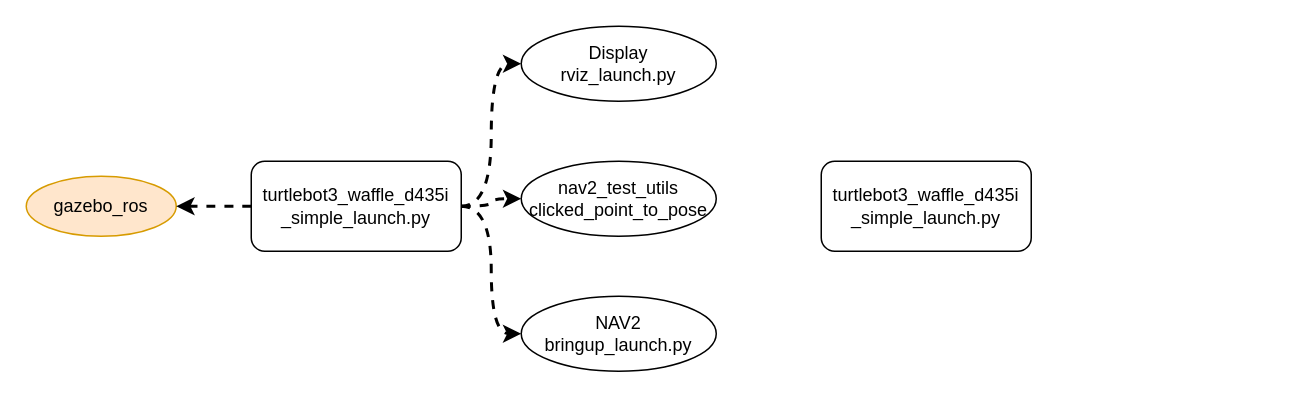
Above: LLM/Follow-NAV2.drawio in mailonghua/drawio (draw.io), before the change. Source tidied: cells renumbered, new cells numbered last; positions are measured from the earlier drawing's top-left corner, leaving out a move shared by most shapes. Both pictures are drawn from the tidied source at 150%, with x=0, y=0 at pixel (26, 26).
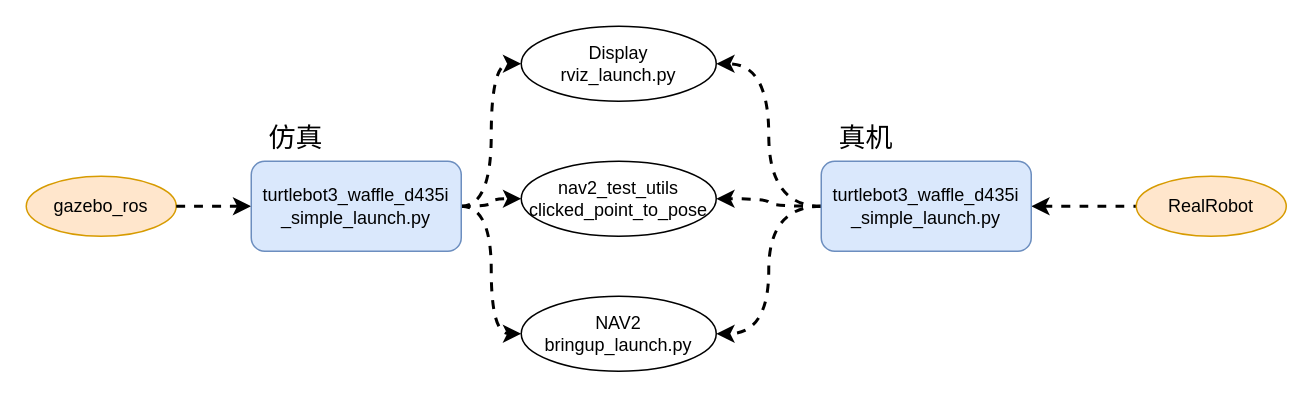
After the change.

Diff of the diagram source:
```diff
@@
 <mxGraphModel>
   <root>
     <mxCell id="0" />
     <mxCell id="1" parent="0" />
     <mxCell id="2" value="NAV2&lt;br&gt;bringup_launch.py" style="ellipse;whiteSpace=wrap;html=1;" parent="1" vertex="1">
       <mxGeometry x="330" y="180" width="130" height="50" as="geometry" />
     </mxCell>
     <mxCell id="3" value="Display&lt;br&gt;rviz_launch.py" style="ellipse;whiteSpace=wrap;html=1;" parent="1" vertex="1">
       <mxGeometry x="330" width="130" height="50" as="geometry" />
     </mxCell>
     <mxCell id="4" value="gazebo_ros" style="ellipse;whiteSpace=wrap;html=1;fillColor=#ffe6cc;strokeColor=#d79b00;" parent="1" vertex="1">
       <mxGeometry y="100" width="100" height="40" as="geometry" />
     </mxCell>
     <mxCell id="5" value="nav2_test_utils&lt;br&gt;clicked_point_to_pose" style="ellipse;whiteSpace=wrap;html=1;" parent="1" vertex="1">
       <mxGeometry x="330" y="90" width="130" height="50" as="geometry" />
     </mxCell>
-    <mxCell id="6" style="edgeStyle=orthogonalEdgeStyle;curved=1;rounded=0;jettySize=auto;html=1;exitX=0;exitY=0.5;exitDx=0;exitDy=0;entryX=1;entryY=0.5;entryDx=0;entryDy=0;strokeWidth=2;dashed=1;" parent="1" edge="1" source="10" target="4">
+    <mxCell id="6" style="edgeStyle=orthogonalEdgeStyle;curved=1;rounded=0;jettySize=auto;html=1;exitX=0;exitY=0.5;exitDx=0;exitDy=0;entryX=1;entryY=0.5;entryDx=0;entryDy=0;strokeWidth=2;dashed=1;endArrow=none;endFill=0;startArrow=classic;startFill=1;" parent="1" edge="1" source="10" target="4">
       <mxGeometry relative="1" as="geometry" />
     </mxCell>
     <mxCell id="7" style="edgeStyle=orthogonalEdgeStyle;curved=1;rounded=0;jettySize=auto;html=1;exitX=1;exitY=0.5;exitDx=0;exitDy=0;entryX=0;entryY=0.5;entryDx=0;entryDy=0;strokeWidth=2;dashed=1;" parent="1" edge="1" source="10" target="3">
       <mxGeometry relative="1" as="geometry" />
     </mxCell>
     <mxCell id="8" style="edgeStyle=orthogonalEdgeStyle;curved=1;rounded=0;jettySize=auto;html=1;exitX=1;exitY=0.5;exitDx=0;exitDy=0;entryX=0;entryY=0.5;entryDx=0;entryDy=0;strokeWidth=2;dashed=1;" parent="1" edge="1" source="10" target="5">
       <mxGeometry relative="1" as="geometry" />
     </mxCell>
     <mxCell id="9" style="edgeStyle=orthogonalEdgeStyle;curved=1;rounded=0;jettySize=auto;html=1;exitX=1;exitY=0.5;exitDx=0;exitDy=0;entryX=0;entryY=0.5;entryDx=0;entryDy=0;strokeWidth=2;dashed=1;" parent="1" edge="1" source="10" target="2">
       <mxGeometry relative="1" as="geometry" />
     </mxCell>
-    <mxCell id="10" value="turtlebot3_waffle_d435i&lt;br&gt;_simple_launch.py" style="rounded=1;whiteSpace=wrap;html=1;" parent="1" vertex="1">
+    <mxCell id="10" value="turtlebot3_waffle_d435i&lt;br&gt;_simple_launch.py" style="rounded=1;whiteSpace=wrap;html=1;fillColor=#dae8fc;strokeColor=#6c8ebf;" parent="1" vertex="1">
       <mxGeometry x="150" y="90" width="140" height="60" as="geometry" />
     </mxCell>
+    <mxCell id="12" style="edgeStyle=orthogonalEdgeStyle;curved=1;rounded=0;jettySize=auto;html=1;exitX=0;exitY=0.5;exitDx=0;exitDy=0;entryX=1;entryY=0.5;entryDx=0;entryDy=0;strokeWidth=2;dashed=1;" parent="1" edge="1" source="11" target="2">
+      <mxGeometry relative="1" as="geometry" />
+    </mxCell>
+    <mxCell id="13" style="edgeStyle=orthogonalEdgeStyle;curved=1;rounded=0;jettySize=auto;html=1;exitX=1;exitY=0.5;exitDx=0;exitDy=0;entryX=0;entryY=0.5;entryDx=0;entryDy=0;dashed=1;strokeWidth=2;startArrow=classic;startFill=1;endArrow=none;endFill=0;" parent="1" edge="1" source="11" target="16">
+      <mxGeometry relative="1" as="geometry" />
+    </mxCell>
+    <mxCell id="14" style="edgeStyle=orthogonalEdgeStyle;curved=1;rounded=0;jettySize=auto;html=1;exitX=0;exitY=0.5;exitDx=0;exitDy=0;entryX=1;entryY=0.5;entryDx=0;entryDy=0;strokeWidth=2;dashed=1;" parent="1" edge="1" source="11" target="5">
+      <mxGeometry relative="1" as="geometry" />
+    </mxCell>
+    <mxCell id="15" style="edgeStyle=orthogonalEdgeStyle;curved=1;rounded=0;jettySize=auto;html=1;exitX=0;exitY=0.5;exitDx=0;exitDy=0;entryX=1;entryY=0.5;entryDx=0;entryDy=0;strokeWidth=2;dashed=1;" parent="1" edge="1" source="11" target="3">
+      <mxGeometry relative="1" as="geometry" />
+    </mxCell>
-    <mxCell id="11" value="turtlebot3_waffle_d435i&lt;br&gt;_simple_launch.py" style="rounded=1;whiteSpace=wrap;html=1;" parent="1" vertex="1">
+    <mxCell id="11" value="turtlebot3_waffle_d435i&lt;br&gt;_simple_launch.py" style="rounded=1;whiteSpace=wrap;html=1;fillColor=#dae8fc;strokeColor=#6c8ebf;" parent="1" vertex="1">
       <mxGeometry x="530" y="90" width="140" height="60" as="geometry" />
     </mxCell>
+    <mxCell id="16" value="RealRobot" style="ellipse;whiteSpace=wrap;html=1;fillColor=#ffe6cc;strokeColor=#d79b00;" parent="1" vertex="1">
+      <mxGeometry x="740" y="100" width="100" height="40" as="geometry" />
+    </mxCell>
+    <mxCell id="17" value="仿真" style="text;html=1;whiteSpace=wrap;strokeColor=none;fillColor=none;align=center;verticalAlign=middle;rounded=0;fontSize=18;" parent="1" vertex="1">
+      <mxGeometry x="150" y="60" width="60" height="30" as="geometry" />
+    </mxCell>
+    <mxCell id="18" value="真机" style="text;html=1;whiteSpace=wrap;strokeColor=none;fillColor=none;align=center;verticalAlign=middle;rounded=0;fontSize=18;" parent="1" vertex="1">
+      <mxGeometry x="530" y="60" width="60" height="30" as="geometry" />
+    </mxCell>
   </root>
 </mxGraphModel>
```
